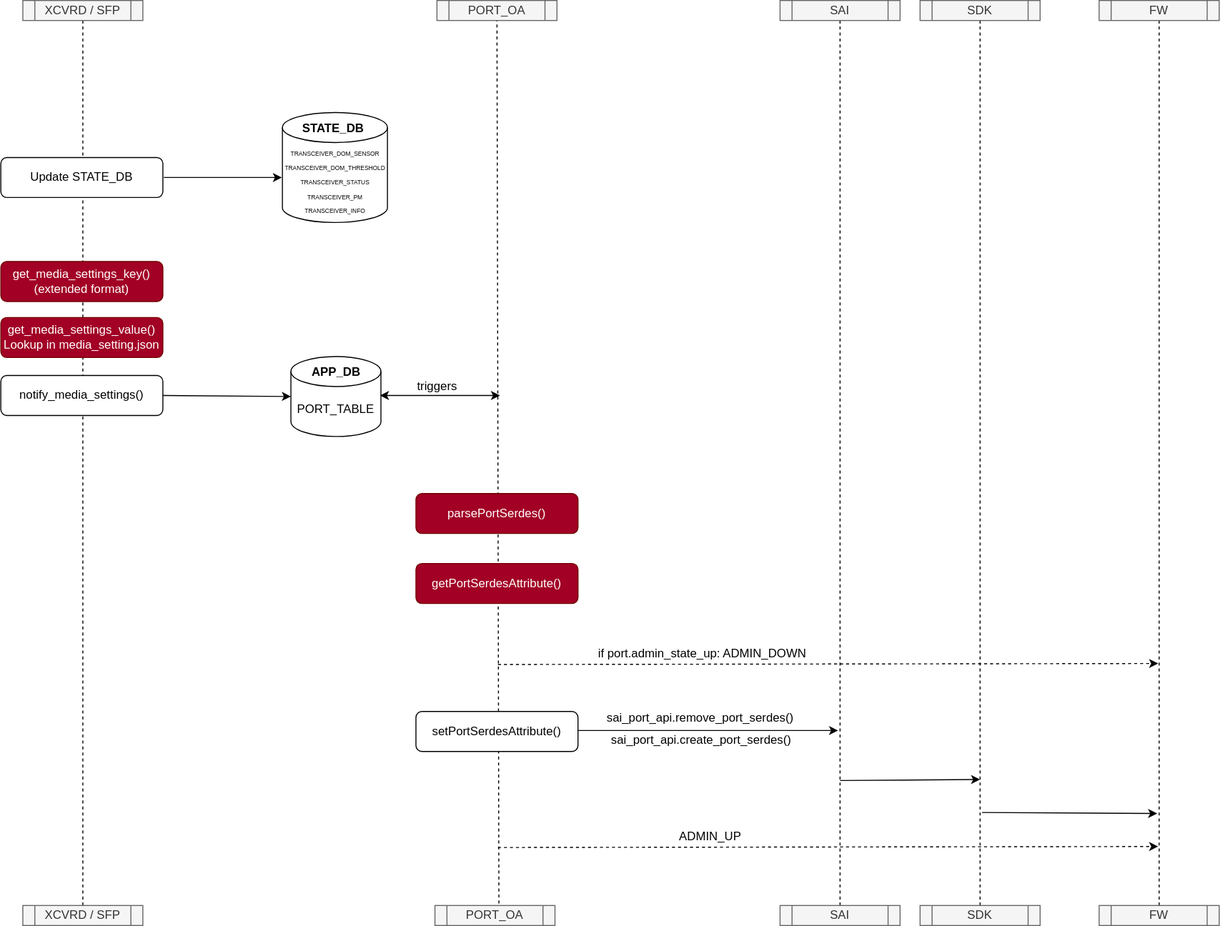
Earlier version of the draw.io export doc/port-si/Notify-Media-Setting-Process.drawio.svg (tshalvi/SONiC). Source tidied: cells renumbered, new cells last; positions are measured from the earlier drawing's top-left corner, leaving out a move shared by most shapes.
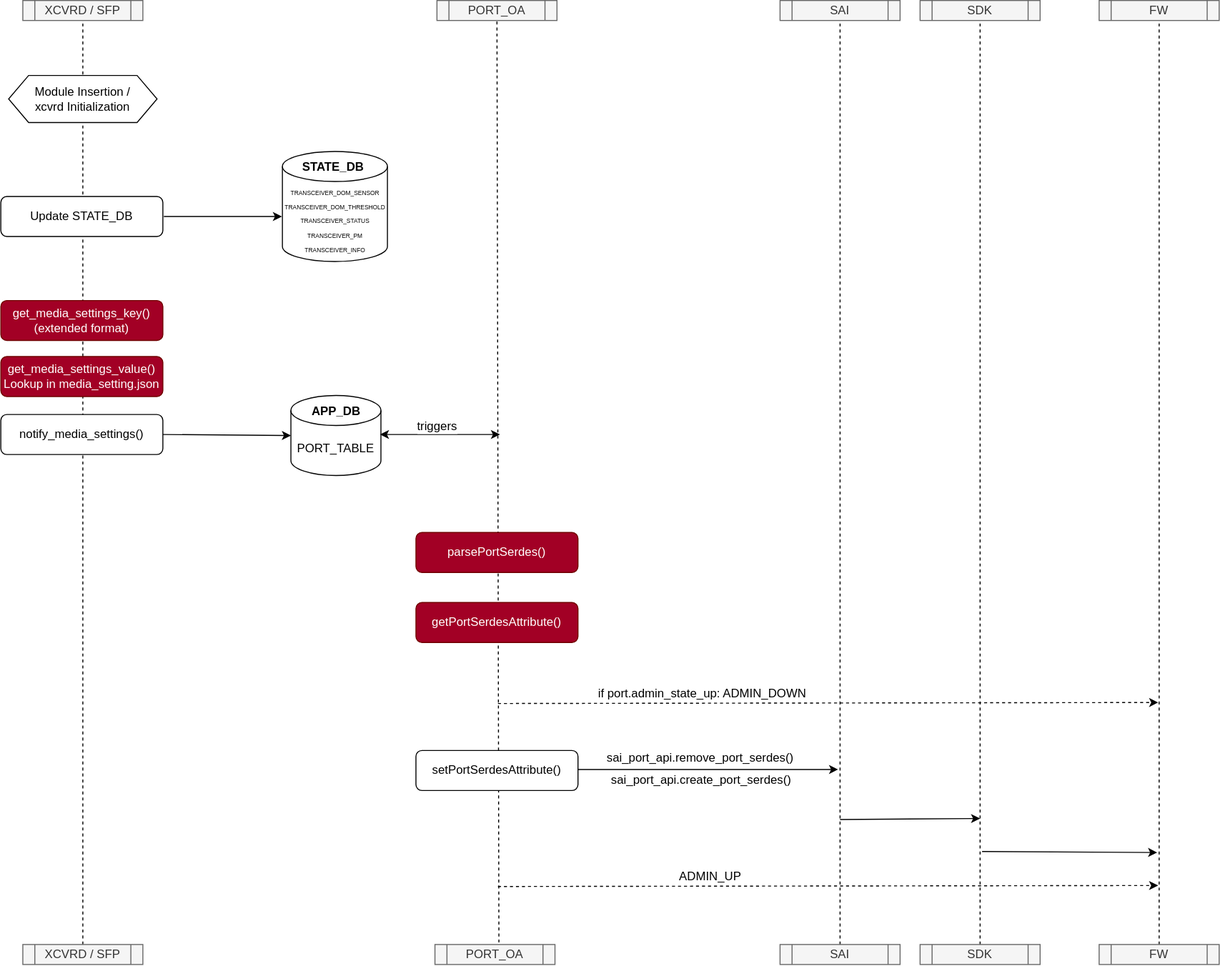
The same diagram one commit later.

Commit message:
updated diagram and text according to Eddy's and Noa's comments

The edit, as a diff of the source:
```diff
@@ -47,16 +47,16 @@
       </mxGeometry>
     </mxCell>
     <mxCell id="15" value="&lt;span style=&quot;font-size: 12px;&quot;&gt;XCVRD / SFP&lt;/span&gt;" style="shape=process;whiteSpace=wrap;html=1;backgroundOutline=1;fontSize=6;fillColor=#f5f5f5;fontColor=#333333;strokeColor=#666666;" parent="1" vertex="1">
-      <mxGeometry x="22" width="120" height="20" as="geometry" />
+      <mxGeometry x="22" y="-39" width="120" height="20" as="geometry" />
     </mxCell>
     <mxCell id="16" value="&lt;font style=&quot;font-size: 12px;&quot;&gt;PORT_OA&lt;/font&gt;" style="shape=process;whiteSpace=wrap;html=1;backgroundOutline=1;fontSize=6;fillColor=#f5f5f5;fontColor=#333333;strokeColor=#666666;" parent="1" vertex="1">
-      <mxGeometry x="436" width="120" height="20" as="geometry" />
+      <mxGeometry x="436" y="-39" width="120" height="20" as="geometry" />
     </mxCell>
     <mxCell id="17" value="&lt;font style=&quot;font-size: 12px;&quot;&gt;SAI&lt;/font&gt;" style="shape=process;whiteSpace=wrap;html=1;backgroundOutline=1;fontSize=6;fillColor=#f5f5f5;fontColor=#333333;strokeColor=#666666;" parent="1" vertex="1">
-      <mxGeometry x="779" width="120" height="20" as="geometry" />
+      <mxGeometry x="779" y="-39" width="120" height="20" as="geometry" />
     </mxCell>
     <mxCell id="18" value="&lt;font style=&quot;font-size: 12px;&quot;&gt;SDK&lt;/font&gt;" style="shape=process;whiteSpace=wrap;html=1;backgroundOutline=1;fontSize=6;fillColor=#f5f5f5;fontColor=#333333;strokeColor=#666666;" parent="1" vertex="1">
-      <mxGeometry x="919" width="120" height="20" as="geometry" />
+      <mxGeometry x="919" y="-39" width="120" height="20" as="geometry" />
     </mxCell>
     <mxCell id="19" style="endArrow=classic;html=1;rounded=0;fontSize=6;fillColor=#e51400;strokeColor=#000000;exitX=0.957;exitY=0.475;exitDx=0;exitDy=0;exitPerimeter=0;" parent="1" edge="1" source="33">
       <mxGeometry relative="1" as="geometry">
@@ -91,7 +91,7 @@
       <mxGeometry relative="1" as="geometry" />
     </mxCell>
     <mxCell id="27" value="&lt;font style=&quot;font-size: 12px;&quot;&gt;FW&lt;/font&gt;" style="shape=process;whiteSpace=wrap;html=1;backgroundOutline=1;fontSize=6;fillColor=#f5f5f5;fontColor=#333333;strokeColor=#666666;" parent="1" vertex="1">
-      <mxGeometry x="1098" width="120" height="20" as="geometry" />
+      <mxGeometry x="1098" y="-39" width="120" height="20" as="geometry" />
     </mxCell>
     <mxCell id="28" value="&lt;font style=&quot;font-size: 12px;&quot;&gt;FW&lt;/font&gt;" style="shape=process;whiteSpace=wrap;html=1;backgroundOutline=1;fontSize=6;fillColor=#f5f5f5;fontColor=#333333;strokeColor=#666666;" parent="1" vertex="1">
       <mxGeometry x="1098" y="905" width="120" height="20" as="geometry" />
@@ -157,5 +157,8 @@
     <mxCell id="42" value="getPortSerdesAttribute()" style="rounded=1;whiteSpace=wrap;html=1;strokeColor=#6F0000;fillColor=#a20025;fontColor=#ffffff;" parent="1" vertex="1">
       <mxGeometry x="415" y="563" width="162" height="40" as="geometry" />
     </mxCell>
+    <mxCell id="43" value="Module Insertion /&amp;nbsp; &lt;br&gt;xcvrd Initialization" style="shape=hexagon;perimeter=hexagonPerimeter2;whiteSpace=wrap;html=1;fixedSize=1;" parent="1" vertex="1">
+      <mxGeometry x="7.8" y="36" width="148.4" height="47" as="geometry" />
+    </mxCell>
   </root>
 </mxGraphModel>
```
